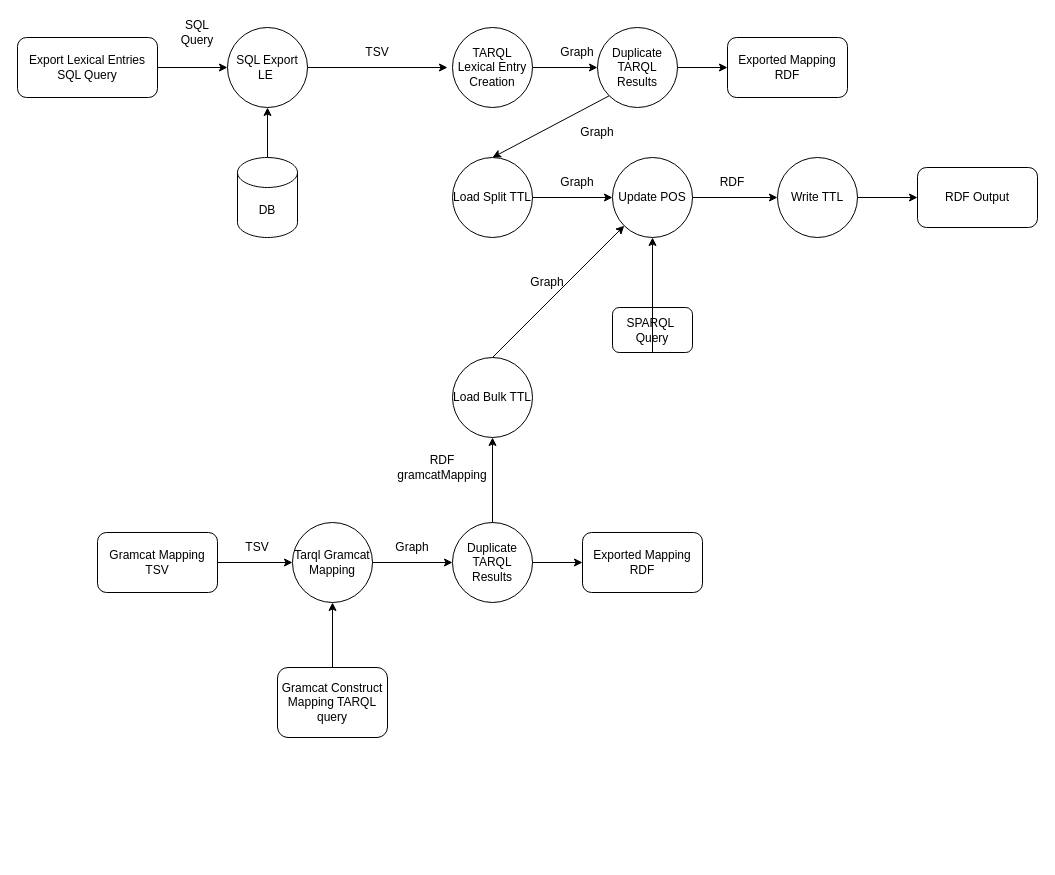
Earlier version of the draw.io diagram fintan_pipeline.drawio (gkirtzou/lexis-transforming-sql-to-rdf). Source tidied: cells renumbered, new cells numbered last; positions are measured from the earlier drawing's top-left corner, leaving out a move shared by most shapes. Both pictures are drawn from the tidied source at 100%, with x=0, y=0 at pixel (17, 17).
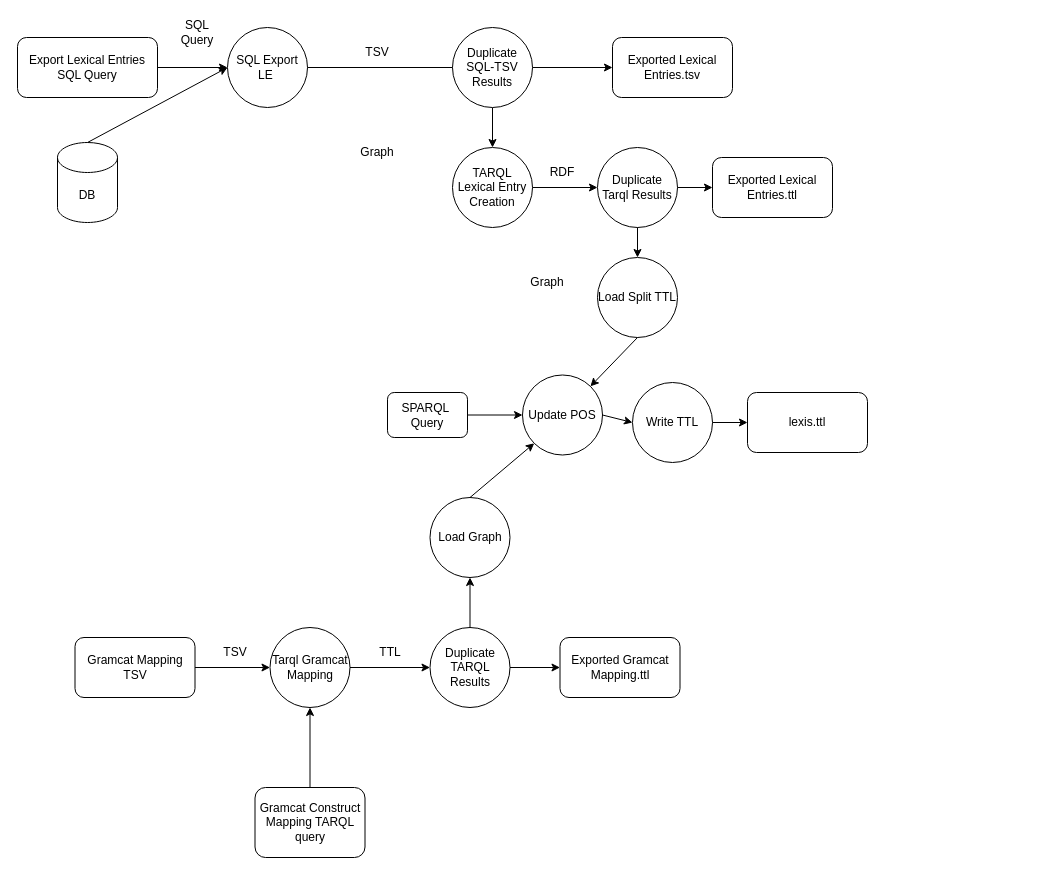
The same diagram, later.

Commit message (it also covers changes not shown here):
Update configuration to work with typical SQL query to generate lexical entries as datathon

The change refers to these unchanged cells:
```xml
<mxCell id="2" value="SQL Export LE&amp;nbsp;" style="ellipse;whiteSpace=wrap;html=1;" parent="1" vertex="1">
  <mxGeometry x="210" y="10" width="80" height="80" as="geometry" />
</mxCell>
```

The edit, as a diff of the source:
```diff
@@
     <mxCell id="5" value="Update POS" style="ellipse;whiteSpace=wrap;html=1;" parent="1" vertex="1">
-      <mxGeometry x="595" y="140" width="80" height="80" as="geometry" />
+      <mxGeometry x="505" y="357.5" width="80" height="80" as="geometry" />
     </mxCell>
     <mxCell id="6" value="SPARQL&amp;nbsp; Query" style="rounded=1;whiteSpace=wrap;html=1;" parent="1" vertex="1">
-      <mxGeometry x="595" y="290" width="80" height="45" as="geometry" />
+      <mxGeometry x="370" y="375" width="80" height="45" as="geometry" />
     </mxCell>
-    <mxCell id="7" style="endArrow=classic;html=1;rounded=0;exitX=0.5;exitY=1;exitDx=0;exitDy=0;entryX=0.5;entryY=1;entryDx=0;entryDy=0;" parent="1" edge="1" source="6" target="5">
+    <mxCell id="7" style="endArrow=classic;html=1;rounded=0;exitX=1;exitY=0.5;exitDx=0;exitDy=0;entryX=0;entryY=0.5;entryDx=0;entryDy=0;" parent="1" edge="1" source="6" target="5">
       <mxGeometry relative="1" as="geometry" />
     </mxCell>
     <mxCell id="8" value="Write TTL" style="ellipse;whiteSpace=wrap;html=1;" parent="1" vertex="1">
-      <mxGeometry x="760" y="140" width="80" height="80" as="geometry" />
+      <mxGeometry x="615" y="365" width="80" height="80" as="geometry" />
     </mxCell>
     <mxCell id="9" value="Tarql Gramcat Mapping" style="ellipse;whiteSpace=wrap;html=1;" parent="1" vertex="1">
-      <mxGeometry x="275" y="505" width="80" height="80" as="geometry" />
+      <mxGeometry x="252.5" y="610" width="80" height="80" as="geometry" />
     </mxCell>
@@
     <mxCell id="11" value="TSV" style="text;html=1;strokeColor=none;fillColor=none;align=center;verticalAlign=middle;whiteSpace=wrap;rounded=0;" parent="1" vertex="1">
-      <mxGeometry x="210" y="515" width="60" height="30" as="geometry" />
+      <mxGeometry x="187.5" y="620" width="60" height="30" as="geometry" />
     </mxCell>
     <mxCell id="12" value="Gramcat Construct Mapping TARQL query&lt;br&gt;" style="rounded=1;whiteSpace=wrap;html=1;" parent="1" vertex="1">
-      <mxGeometry x="260" y="650" width="110" height="70" as="geometry" />
+      <mxGeometry x="237.5" y="770" width="110" height="70" as="geometry" />
     </mxCell>
-    <mxCell id="13" style="endArrow=classic;html=1;rounded=0;exitX=0.5;exitY=0;exitDx=0;exitDy=0;entryX=0.5;entryY=1;entryDx=0;entryDy=0;" parent="1" edge="1" source="12" target="9">
+    <mxCell id="13" style="endArrow=classic;html=1;rounded=0;entryX=0.5;entryY=1;entryDx=0;entryDy=0;" parent="1" edge="1" source="12" target="9">
       <mxGeometry relative="1" as="geometry" />
     </mxCell>
     <mxCell id="14" value="Duplicate TARQL Results" style="ellipse;whiteSpace=wrap;html=1;" parent="1" vertex="1">
-      <mxGeometry x="435" y="505" width="80" height="80" as="geometry" />
+      <mxGeometry x="412.5" y="610" width="80" height="80" as="geometry" />
     </mxCell>
@@
-    <mxCell id="17" value="Graph" style="text;html=1;strokeColor=none;fillColor=none;align=center;verticalAlign=middle;whiteSpace=wrap;rounded=0;" parent="1" vertex="1">
-      <mxGeometry x="365" y="515" width="60" height="30" as="geometry" />
+    <mxCell id="17" value="TTL" style="text;html=1;strokeColor=none;fillColor=none;align=center;verticalAlign=middle;whiteSpace=wrap;rounded=0;" parent="1" vertex="1">
+      <mxGeometry x="342.5" y="620" width="60" height="30" as="geometry" />
     </mxCell>
     <mxCell id="18" style="endArrow=classic;html=1;rounded=0;" parent="1" edge="1" source="2">
       <mxGeometry relative="1" as="geometry">
-        <mxPoint x="430" y="50" as="targetPoint" />
+        <mxPoint x="450" y="50" as="targetPoint" />
       </mxGeometry>
     </mxCell>
@@
-    <mxCell id="20" value="Graph" style="text;html=1;strokeColor=none;fillColor=none;align=center;verticalAlign=middle;whiteSpace=wrap;rounded=0;" parent="1" vertex="1">
-      <mxGeometry x="530" y="150" width="60" height="30" as="geometry" />
-    </mxCell>
-    <mxCell id="21" value="RDF" style="text;html=1;strokeColor=none;fillColor=none;align=center;verticalAlign=middle;whiteSpace=wrap;rounded=0;" parent="1" vertex="1">
-      <mxGeometry x="685" y="150" width="60" height="30" as="geometry" />
-    </mxCell>
@@
     <mxCell id="24" value="Gramcat Mapping TSV" style="rounded=1;whiteSpace=wrap;html=1;" parent="1" vertex="1">
-      <mxGeometry x="80" y="515" width="120" height="60" as="geometry" />
+      <mxGeometry x="57.5" y="620" width="120" height="60" as="geometry" />
     </mxCell>
-    <mxCell id="25" value="RDF Output" style="rounded=1;whiteSpace=wrap;html=1;" parent="1" vertex="1">
-      <mxGeometry x="900" y="150" width="120" height="60" as="geometry" />
+    <mxCell id="25" value="lexis.ttl" style="rounded=1;whiteSpace=wrap;html=1;" parent="1" vertex="1">
+      <mxGeometry x="730" y="375" width="120" height="60" as="geometry" />
     </mxCell>
     <mxCell id="26" value="DB" style="shape=cylinder3;whiteSpace=wrap;html=1;boundedLbl=1;backgroundOutline=1;size=15;" parent="1" vertex="1">
-      <mxGeometry x="220" y="140" width="60" height="80" as="geometry" />
+      <mxGeometry x="40" y="125" width="60" height="80" as="geometry" />
     </mxCell>
-    <mxCell id="27" style="endArrow=classic;html=1;rounded=0;exitX=0.5;exitY=0;exitDx=0;exitDy=0;exitPerimeter=0;entryX=0.5;entryY=1;entryDx=0;entryDy=0;" parent="1" edge="1" source="26" target="2">
+    <mxCell id="27" style="endArrow=classic;html=1;rounded=0;exitX=0.5;exitY=0;exitDx=0;exitDy=0;exitPerimeter=0;entryX=0;entryY=0.5;entryDx=0;entryDy=0;" parent="1" edge="1" source="26" target="2">
       <mxGeometry relative="1" as="geometry" />
     </mxCell>
     <mxCell id="28" value="Load Split TTL" style="ellipse;whiteSpace=wrap;html=1;" parent="1" vertex="1">
-      <mxGeometry x="435" y="140" width="80" height="80" as="geometry" />
+      <mxGeometry x="580" y="240" width="80" height="80" as="geometry" />
     </mxCell>
@@
-    <mxCell id="30" value="Load Bulk TTL" style="ellipse;whiteSpace=wrap;html=1;" parent="1" vertex="1">
-      <mxGeometry x="435" y="340" width="80" height="80" as="geometry" />
+    <mxCell id="30" value="Load Graph" style="ellipse;whiteSpace=wrap;html=1;" parent="1" vertex="1">
+      <mxGeometry x="412.5" y="480" width="80" height="80" as="geometry" />
     </mxCell>
-    <mxCell id="31" style="endArrow=classic;html=1;rounded=0;exitX=1;exitY=0.5;exitDx=0;exitDy=0;" parent="1" edge="1" source="28" target="5">
+    <mxCell id="31" style="endArrow=classic;html=1;rounded=0;exitX=0.5;exitY=1;exitDx=0;exitDy=0;" parent="1" edge="1" source="28" target="5">
       <mxGeometry relative="1" as="geometry" />
     </mxCell>
-    <mxCell id="32" value="Exported Mapping RDF" style="rounded=1;whiteSpace=wrap;html=1;" parent="1" vertex="1">
-      <mxGeometry x="565" y="515" width="120" height="60" as="geometry" />
+    <mxCell id="32" value="Exported Gramcat Mapping.ttl" style="rounded=1;whiteSpace=wrap;html=1;" parent="1" vertex="1">
+      <mxGeometry x="542.5" y="620" width="120" height="60" as="geometry" />
     </mxCell>
@@
-    <mxCell id="34" value="RDF&lt;br&gt;gramcatMapping" style="text;html=1;strokeColor=none;fillColor=none;align=center;verticalAlign=middle;whiteSpace=wrap;rounded=0;" parent="1" vertex="1">
-      <mxGeometry x="395" y="435" width="60" height="30" as="geometry" />
-    </mxCell>
@@
     <mxCell id="37" value="TARQL Lexical Entry Creation&lt;br&gt;" style="ellipse;whiteSpace=wrap;html=1;" parent="1" vertex="1">
-      <mxGeometry x="435" y="10" width="80" height="80" as="geometry" />
+      <mxGeometry x="435" y="130" width="80" height="80" as="geometry" />
     </mxCell>
-    <mxCell id="38" style="endArrow=classic;html=1;rounded=0;exitX=0;exitY=1;exitDx=0;exitDy=0;entryX=0.5;entryY=0;entryDx=0;entryDy=0;" parent="1" edge="1" source="40" target="28">
+    <mxCell id="38" style="endArrow=classic;html=1;rounded=0;exitX=0.5;exitY=1;exitDx=0;exitDy=0;entryX=0.5;entryY=0;entryDx=0;entryDy=0;" parent="1" edge="1" source="40" target="37">
       <mxGeometry relative="1" as="geometry" />
     </mxCell>
     <mxCell id="39" value="Graph" style="text;html=1;strokeColor=none;fillColor=none;align=center;verticalAlign=middle;whiteSpace=wrap;rounded=0;" parent="1" vertex="1">
-      <mxGeometry x="530" y="20" width="60" height="30" as="geometry" />
+      <mxGeometry x="330" y="120" width="60" height="30" as="geometry" />
     </mxCell>
-    <mxCell id="40" value="Duplicate TARQL Results" style="ellipse;whiteSpace=wrap;html=1;" parent="1" vertex="1">
-      <mxGeometry x="580" y="10" width="80" height="80" as="geometry" />
+    <mxCell id="40" value="Duplicate SQL-TSV Results" style="ellipse;whiteSpace=wrap;html=1;" parent="1" vertex="1">
+      <mxGeometry x="435" y="10" width="80" height="80" as="geometry" />
     </mxCell>
-    <mxCell id="41" value="Exported Mapping RDF" style="rounded=1;whiteSpace=wrap;html=1;" parent="1" vertex="1">
-      <mxGeometry x="710" y="20" width="120" height="60" as="geometry" />
+    <mxCell id="41" value="Exported Lexical Entries.tsv" style="rounded=1;whiteSpace=wrap;html=1;" parent="1" vertex="1">
+      <mxGeometry x="595" y="20" width="120" height="60" as="geometry" />
     </mxCell>
@@
-    <mxCell id="43" style="endArrow=classic;html=1;rounded=0;exitX=1;exitY=0.5;exitDx=0;exitDy=0;entryX=0;entryY=0.5;entryDx=0;entryDy=0;" parent="1" edge="1" source="37" target="40">
+    <mxCell id="43" style="endArrow=classic;html=1;rounded=0;exitX=1;exitY=0.5;exitDx=0;exitDy=0;entryX=0;entryY=0.5;entryDx=0;entryDy=0;" parent="1" edge="1" source="37" target="45">
       <mxGeometry relative="1" as="geometry" />
     </mxCell>
-    <mxCell id="44" value="Graph" style="text;html=1;strokeColor=none;fillColor=none;align=center;verticalAlign=middle;whiteSpace=wrap;rounded=0;" parent="1" vertex="1">
-      <mxGeometry x="550" y="100" width="60" height="30" as="geometry" />
-    </mxCell>
+    <mxCell id="45" value="Duplicate Tarql Results" style="ellipse;whiteSpace=wrap;html=1;" parent="1" vertex="1">
+      <mxGeometry x="580" y="130" width="80" height="80" as="geometry" />
+    </mxCell>
+    <mxCell id="21" value="RDF" style="text;html=1;strokeColor=none;fillColor=none;align=center;verticalAlign=middle;whiteSpace=wrap;rounded=0;" parent="1" vertex="1">
+      <mxGeometry x="515" y="140" width="60" height="30" as="geometry" />
+    </mxCell>
+    <mxCell id="46" value="Exported Lexical Entries.ttl" style="rounded=1;whiteSpace=wrap;html=1;" parent="1" vertex="1">
+      <mxGeometry x="695" y="140" width="120" height="60" as="geometry" />
+    </mxCell>
+    <mxCell id="47" style="endArrow=classic;html=1;rounded=0;exitX=1;exitY=0.5;exitDx=0;exitDy=0;entryX=0;entryY=0.5;entryDx=0;entryDy=0;" parent="1" edge="1" source="45" target="46">
+      <mxGeometry relative="1" as="geometry" />
+    </mxCell>
+    <mxCell id="48" style="endArrow=classic;html=1;rounded=0;exitX=0.5;exitY=1;exitDx=0;exitDy=0;entryX=0.5;entryY=0;entryDx=0;entryDy=0;" parent="1" edge="1" source="45" target="28">
+      <mxGeometry relative="1" as="geometry" />
+    </mxCell>
```
